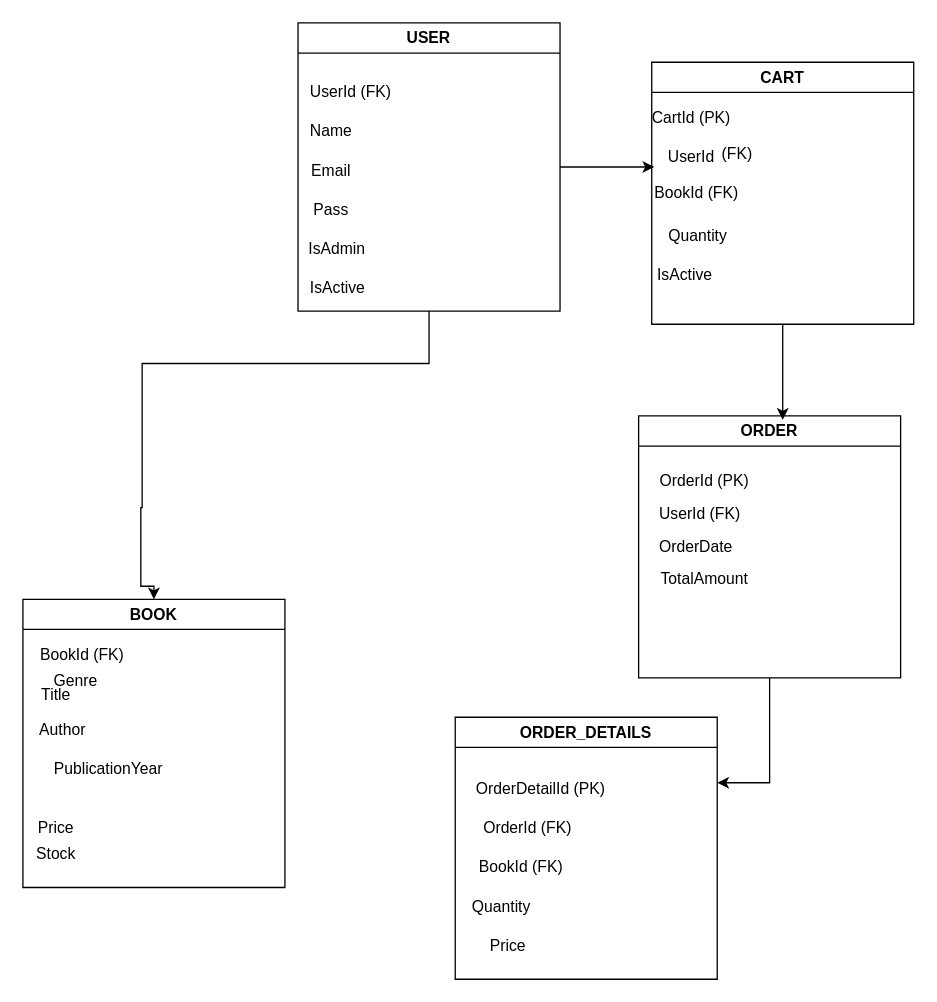
Before: Diagrama-Librook.drawio in bereail/Programacion3UTN, a draw.io diagram. Source tidied: cells renumbered, new cells numbered last; positions are measured from the earlier drawing's top-left corner, leaving out a move shared by most shapes. Both pictures are drawn from the tidied source at 131%, with x=0, y=0 at pixel (22, 22).
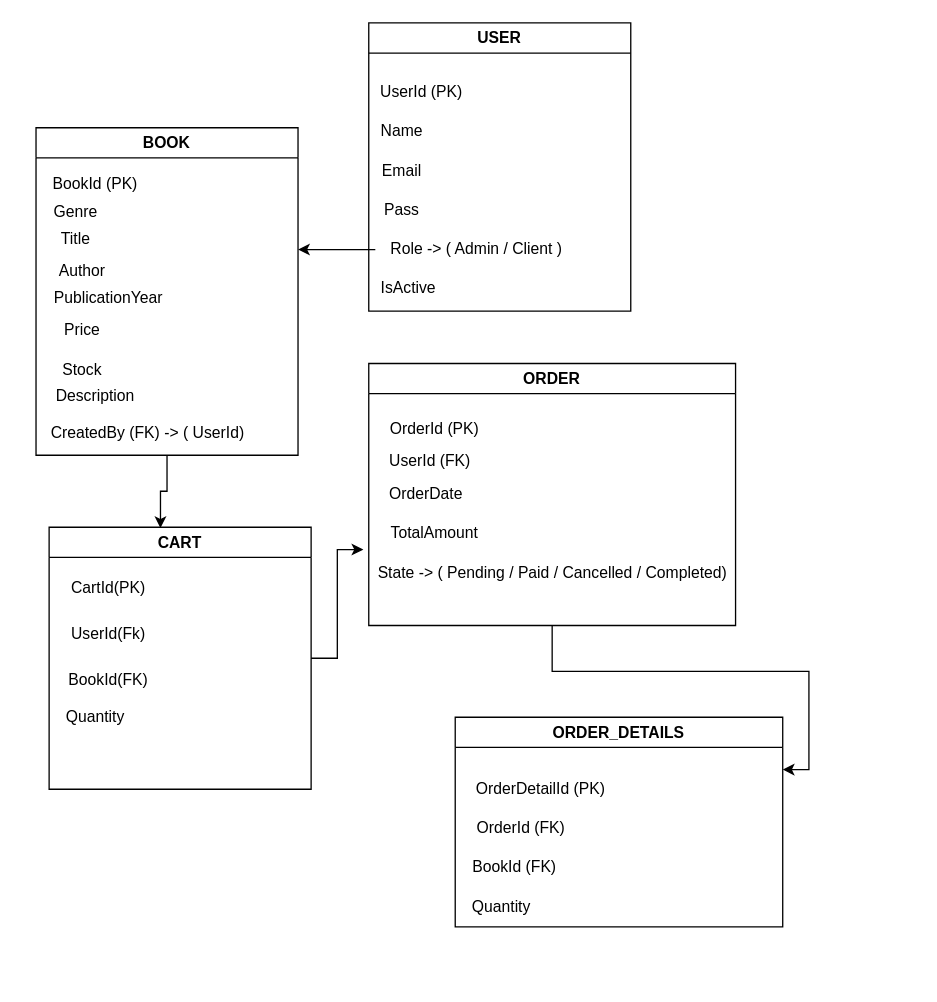
After the change.

Change to the diagram source:
```diff
@@
     <mxCell id="2" value="USER" style="swimlane;whiteSpace=wrap;html=1;" parent="1" vertex="1">
-      <mxGeometry x="210" width="200" height="220" as="geometry" />
+      <mxGeometry x="264" width="200" height="220" as="geometry" />
     </mxCell>
-    <mxCell id="3" value="UserId (FK)" style="text;html=1;align=center;verticalAlign=middle;strokeColor=none;fillColor=none;" parent="2" vertex="1">
+    <mxCell id="3" value="UserId (PK)" style="text;html=1;align=center;verticalAlign=middle;strokeColor=none;fillColor=none;" parent="2" vertex="1">
       <mxGeometry x="-5" y="38" width="90" height="30" as="geometry" />
     </mxCell>
@@
+    <mxCell id="39" style="edgeStyle=orthogonalEdgeStyle;rounded=0;jettySize=auto;html=1;" parent="2" edge="1" source="7">
+      <mxGeometry relative="1" as="geometry">
+        <mxPoint x="-54" y="173" as="targetPoint" />
+      </mxGeometry>
+    </mxCell>
-    <mxCell id="7" value="IsAdmin" style="text;html=1;align=center;verticalAlign=middle;whiteSpace=wrap;rounded=0;" parent="2" vertex="1">
-      <mxGeometry x="10" y="158" width="40" height="30" as="geometry" />
+    <mxCell id="7" value="Role -&amp;gt; ( Admin / Client )" style="text;html=1;align=center;verticalAlign=middle;whiteSpace=wrap;rounded=0;" parent="2" vertex="1">
+      <mxGeometry x="5" y="158" width="155" height="30" as="geometry" />
     </mxCell>
@@
     <mxCell id="9" value="BOOK" style="swimlane;whiteSpace=wrap;html=1;" parent="1" vertex="1">
-      <mxGeometry y="440" width="200" height="220" as="geometry" />
+      <mxGeometry x="10" y="80" width="200" height="250" as="geometry" />
     </mxCell>
-    <mxCell id="10" value="BookId (FK)" style="text;html=1;align=center;verticalAlign=middle;strokeColor=none;fillColor=none;" parent="9" vertex="1">
+    <mxCell id="10" value="BookId (PK)" style="text;html=1;align=center;verticalAlign=middle;strokeColor=none;fillColor=none;" parent="9" vertex="1">
       <mxGeometry y="28" width="90" height="30" as="geometry" />
     </mxCell>
     <mxCell id="11" value="Title" style="text;html=1;align=center;verticalAlign=middle;strokeColor=none;fillColor=none;" parent="9" vertex="1">
-      <mxGeometry y="58" width="50" height="30" as="geometry" />
+      <mxGeometry x="5" y="70" width="50" height="30" as="geometry" />
     </mxCell>
     <mxCell id="12" value="Author" style="text;html=1;align=center;verticalAlign=middle;strokeColor=none;fillColor=none;" parent="9" vertex="1">
-      <mxGeometry y="85" width="60" height="30" as="geometry" />
+      <mxGeometry x="5" y="95" width="60" height="30" as="geometry" />
     </mxCell>
     <mxCell id="13" value="PublicationYear" style="text;html=1;align=center;verticalAlign=middle;strokeColor=none;fillColor=none;" parent="9" vertex="1">
-      <mxGeometry x="10" y="115" width="110" height="30" as="geometry" />
+      <mxGeometry y="114.5" width="110" height="30" as="geometry" />
     </mxCell>
     <mxCell id="14" value="Price" style="text;html=1;align=center;verticalAlign=middle;strokeColor=none;fillColor=none;" parent="9" vertex="1">
-      <mxGeometry y="160" width="50" height="30" as="geometry" />
+      <mxGeometry x="10" y="140" width="50" height="30" as="geometry" />
     </mxCell>
     <mxCell id="15" value="Stock" style="text;html=1;align=center;verticalAlign=middle;strokeColor=none;fillColor=none;" parent="9" vertex="1">
-      <mxGeometry y="180" width="50" height="30" as="geometry" />
+      <mxGeometry x="10" y="170" width="50" height="30" as="geometry" />
     </mxCell>
-    <mxCell id="16" value="Genre" style="text;html=1;align=center;verticalAlign=middle;strokeColor=none;fillColor=none;" parent="1" vertex="1">
-      <mxGeometry x="10" y="488" width="60" height="30" as="geometry" />
+    <mxCell id="16" value="Genre" style="text;html=1;align=center;verticalAlign=middle;strokeColor=none;fillColor=none;" parent="9" vertex="1">
+      <mxGeometry y="50" width="60" height="30" as="geometry" />
     </mxCell>
-    <mxCell id="17" value="CART" style="swimlane;whiteSpace=wrap;html=1;" parent="1" vertex="1">
-      <mxGeometry x="480" y="30" width="200" height="200" as="geometry" />
-    </mxCell>
-    <mxCell id="18" value="CartId (PK)" style="text;html=1;align=center;verticalAlign=middle;strokeColor=none;fillColor=none;" parent="17" vertex="1">
-      <mxGeometry x="-10" y="28" width="80" height="30" as="geometry" />
-    </mxCell>
-    <mxCell id="19" value="UserId" style="text;html=1;align=center;verticalAlign=middle;points=[];strokeColor=none;fillColor=none;" parent="17" vertex="1">
-      <mxGeometry y="58" width="60" height="30" as="geometry" />
-    </mxCell>
-    <mxCell id="20" value="Quantity" style="text;html=1;align=center;verticalAlign=middle;strokeColor=none;fillColor=none;" parent="17" vertex="1">
-      <mxGeometry y="118" width="70" height="30" as="geometry" />
-    </mxCell>
-    <mxCell id="21" value="IsActive" style="text;html=1;align=center;verticalAlign=middle;strokeColor=none;fillColor=none;" parent="17" vertex="1">
-      <mxGeometry x="-10" y="148" width="70" height="30" as="geometry" />
-    </mxCell>
-    <mxCell id="22" value="BookId (FK)" style="text;html=1;align=center;verticalAlign=middle;strokeColor=none;fillColor=none;" parent="17" vertex="1">
-      <mxGeometry x="-11" y="85" width="90" height="30" as="geometry" />
-    </mxCell>
-    <mxCell id="23" value="(FK)" style="text;html=1;align=center;verticalAlign=middle;strokeColor=none;fillColor=none;" parent="17" vertex="1">
-      <mxGeometry x="40" y="55" width="50" height="30" as="geometry" />
-    </mxCell>
-    <mxCell id="24" style="edgeStyle=orthogonalEdgeStyle;rounded=0;jettySize=auto;html=1;entryX=0.5;entryY=0;entryDx=0;entryDy=0;" parent="1" edge="1" source="2" target="9">
-      <mxGeometry relative="1" as="geometry">
-        <Array as="points">
-          <mxPoint x="310" y="260" />
-          <mxPoint x="91" y="260" />
-          <mxPoint x="91" y="370" />
-          <mxPoint x="90" y="370" />
-          <mxPoint x="90" y="430" />
-          <mxPoint x="100" y="430" />
-        </Array>
-      </mxGeometry>
-    </mxCell>
+    <mxCell id="40" value="Description" style="text;html=1;align=center;verticalAlign=middle;strokeColor=none;fillColor=none;" parent="9" vertex="1">
+      <mxGeometry x="5" y="190" width="80" height="30" as="geometry" />
+    </mxCell>
+    <mxCell id="41" value="CreatedBy (FK) -&amp;gt; ( UserId)" style="text;html=1;align=center;verticalAlign=middle;strokeColor=none;fillColor=none;" parent="9" vertex="1">
+      <mxGeometry y="218" width="170" height="30" as="geometry" />
+    </mxCell>
@@
     <mxCell id="26" value="ORDER" style="swimlane;whiteSpace=wrap;html=1;" parent="1" vertex="1">
-      <mxGeometry x="470" y="300" width="200" height="200" as="geometry" />
+      <mxGeometry x="264" y="260" width="280" height="200" as="geometry" />
     </mxCell>
@@
     <mxCell id="29" value="TotalAmount" style="text;html=1;align=center;verticalAlign=middle;strokeColor=none;fillColor=none;" parent="26" vertex="1">
-      <mxGeometry x="5" y="110" width="90" height="30" as="geometry" />
+      <mxGeometry x="5" y="115" width="90" height="30" as="geometry" />
     </mxCell>
@@
+    <mxCell id="42" value="State -&amp;gt; ( Pending / Paid / Cancelled / Completed)" style="text;html=1;align=center;verticalAlign=middle;points=[];strokeColor=none;fillColor=none;" parent="26" vertex="1">
+      <mxGeometry x="-5" y="145" width="290" height="30" as="geometry" />
+    </mxCell>
     <mxCell id="31" value="ORDER_DETAILS" style="swimlane;whiteSpace=wrap;html=1;" parent="1" vertex="1">
-      <mxGeometry x="330" y="530" width="200" height="200" as="geometry" />
+      <mxGeometry x="330" y="530" width="250" height="160" as="geometry" />
     </mxCell>
@@
     <mxCell id="33" value="OrderId (FK)" style="text;html=1;align=center;verticalAlign=middle;strokeColor=none;fillColor=none;" parent="31" vertex="1">
-      <mxGeometry x="10" y="70" width="90" height="30" as="geometry" />
+      <mxGeometry x="5" y="70" width="90" height="30" as="geometry" />
     </mxCell>
     <mxCell id="34" value="BookId (FK)" style="text;html=1;align=center;verticalAlign=middle;strokeColor=none;fillColor=none;" parent="31" vertex="1">
-      <mxGeometry x="5" y="100" width="90" height="30" as="geometry" />
+      <mxGeometry y="100" width="90" height="30" as="geometry" />
     </mxCell>
@@
-    <mxCell id="36" value="Price" style="text;html=1;align=center;verticalAlign=middle;strokeColor=none;fillColor=none;" parent="31" vertex="1">
-      <mxGeometry x="15" y="160" width="50" height="30" as="geometry" />
-    </mxCell>
-    <mxCell id="37" style="edgeStyle=orthogonalEdgeStyle;rounded=0;jettySize=auto;html=1;entryX=0.033;entryY=0.733;entryDx=0;entryDy=0;entryPerimeter=0;" parent="1" edge="1" source="2" target="19">
-      <mxGeometry relative="1" as="geometry" />
-    </mxCell>
-    <mxCell id="38" style="edgeStyle=orthogonalEdgeStyle;rounded=0;jettySize=auto;html=1;entryX=0.55;entryY=0.015;entryDx=0;entryDy=0;entryPerimeter=0;" parent="1" edge="1" source="17" target="26">
-      <mxGeometry relative="1" as="geometry" />
-    </mxCell>
+    <mxCell id="43" style="edgeStyle=orthogonalEdgeStyle;rounded=0;jettySize=auto;html=1;entryX=0.003;entryY=-0.1;entryDx=0;entryDy=0;entryPerimeter=0;" parent="1" edge="1" source="17" target="42">
+      <mxGeometry relative="1" as="geometry" />
+    </mxCell>
+    <mxCell id="17" value="CART" style="swimlane;whiteSpace=wrap;html=1;" parent="1" vertex="1">
+      <mxGeometry x="20" y="385" width="200" height="200" as="geometry" />
+    </mxCell>
+    <mxCell id="44" value="CartId(PK)" style="text;html=1;align=center;verticalAlign=middle;strokeColor=none;fillColor=none;" parent="17" vertex="1">
+      <mxGeometry x="5" y="32" width="80" height="30" as="geometry" />
+    </mxCell>
+    <mxCell id="45" value="UserId(Fk)" style="text;html=1;align=center;verticalAlign=middle;strokeColor=none;fillColor=none;" parent="17" vertex="1">
+      <mxGeometry x="5" y="67" width="80" height="30" as="geometry" />
+    </mxCell>
+    <mxCell id="46" value="BookId(FK)" style="text;html=1;align=center;verticalAlign=middle;strokeColor=none;fillColor=none;" parent="17" vertex="1">
+      <mxGeometry x="5" y="102" width="80" height="30" as="geometry" />
+    </mxCell>
+    <mxCell id="20" value="Quantity" style="text;html=1;align=center;verticalAlign=middle;strokeColor=none;fillColor=none;" parent="17" vertex="1">
+      <mxGeometry y="130" width="70" height="30" as="geometry" />
+    </mxCell>
+    <mxCell id="47" style="edgeStyle=orthogonalEdgeStyle;rounded=0;jettySize=auto;html=1;entryX=0.425;entryY=0.003;entryDx=0;entryDy=0;entryPerimeter=0;" parent="1" edge="1" source="9" target="17">
+      <mxGeometry relative="1" as="geometry" />
+    </mxCell>
```
